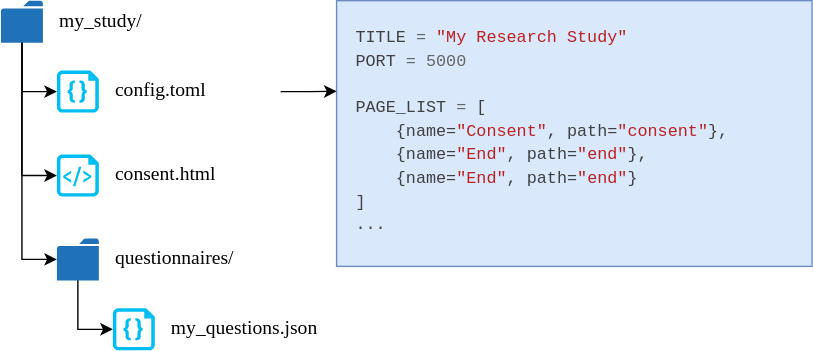
colbyj/bride-of-frankensystem keeps this draw.io diagram as docs/getting_started/images/simple_project_config.svg. Above is the earlier version. Source tidied: cells renumbered, new cells last; positions are measured from the earlier drawing's top-left corner, leaving out a move shared by most shapes.
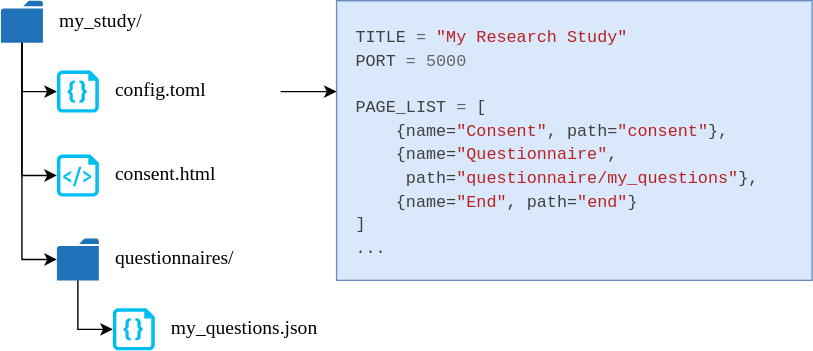
After the commit.

What changed in the source:
```diff
@@ -2,12 +2,12 @@
   <root>
     <mxCell id="0" />
     <mxCell id="1" parent="0" />
-    <mxCell id="2" value="&lt;pre style=&quot;box-sizing: border-box; line-height: 1.4; font-family: SFMono-Regular, Menlo, Monaco, Consolas, &amp;quot;Liberation Mono&amp;quot;, &amp;quot;Courier New&amp;quot;, Courier, monospace; font-size: 12px; white-space: pre; margin: 0px; padding: 12px; display: block; overflow: auto; color: rgb(64, 64, 64); font-style: normal; font-variant-ligatures: normal; font-variant-caps: normal; font-weight: 400; letter-spacing: normal; orphans: 2; text-align: start; text-indent: 0px; text-transform: none; widows: 2; word-spacing: 0px; -webkit-text-stroke-width: 0px; text-decoration-thickness: initial; text-decoration-style: initial; text-decoration-color: initial;&quot;&gt;&lt;span class=&quot;n&quot; style=&quot;box-sizing: border-box;&quot;&gt;TITLE&lt;/span&gt;&lt;span class=&quot;w&quot; style=&quot;box-sizing: border-box; color: rgb(187, 187, 187);&quot;&gt; &lt;/span&gt;&lt;span class=&quot;o&quot; style=&quot;box-sizing: border-box; color: rgb(102, 102, 102);&quot;&gt;=&lt;/span&gt;&lt;span class=&quot;w&quot; style=&quot;box-sizing: border-box; color: rgb(187, 187, 187);&quot;&gt; &lt;/span&gt;&lt;span class=&quot;s2&quot; style=&quot;box-sizing: border-box; color: rgb(186, 33, 33);&quot;&gt;&quot;My Research Study&quot;&lt;/span&gt;&lt;br&gt;&lt;span class=&quot;n&quot; style=&quot;box-sizing: border-box;&quot;&gt;PORT&lt;/span&gt;&lt;span class=&quot;w&quot; style=&quot;box-sizing: border-box; color: rgb(187, 187, 187);&quot;&gt; &lt;/span&gt;&lt;span class=&quot;o&quot; style=&quot;box-sizing: border-box; color: rgb(102, 102, 102);&quot;&gt;=&lt;/span&gt;&lt;span class=&quot;w&quot; style=&quot;box-sizing: border-box; color: rgb(187, 187, 187);&quot;&gt; &lt;/span&gt;&lt;span class=&quot;mi&quot; style=&quot;box-sizing: border-box; color: rgb(102, 102, 102);&quot;&gt;5000&lt;/span&gt;&lt;br&gt;&lt;br&gt;&lt;span class=&quot;n&quot; style=&quot;box-sizing: border-box;&quot;&gt;PAGE_LIST&lt;/span&gt;&lt;span class=&quot;w&quot; style=&quot;box-sizing: border-box; color: rgb(187, 187, 187);&quot;&gt; &lt;/span&gt;&lt;span class=&quot;o&quot; style=&quot;box-sizing: border-box; color: rgb(102, 102, 102);&quot;&gt;=&lt;/span&gt;&lt;span class=&quot;w&quot; style=&quot;box-sizing: border-box; color: rgb(187, 187, 187);&quot;&gt; &lt;/span&gt;&lt;span class=&quot;p&quot; style=&quot;box-sizing: border-box;&quot;&gt;[&lt;/span&gt;&lt;br&gt;&lt;span class=&quot;w&quot; style=&quot;box-sizing: border-box; color: rgb(187, 187, 187);&quot;&gt;    &lt;/span&gt;&lt;span class=&quot;p&quot; style=&quot;box-sizing: border-box;&quot;&gt;{&lt;/span&gt;&lt;span class=&quot;n&quot; style=&quot;box-sizing: border-box;&quot;&gt;name&lt;/span&gt;&lt;span class=&quot;p&quot; style=&quot;box-sizing: border-box;&quot;&gt;=&lt;/span&gt;&lt;span class=&quot;s2&quot; style=&quot;box-sizing: border-box; color: rgb(186, 33, 33);&quot;&gt;&quot;Consent&quot;&lt;/span&gt;&lt;span class=&quot;p&quot; style=&quot;box-sizing: border-box;&quot;&gt;,&lt;/span&gt;&lt;span class=&quot;w&quot; style=&quot;box-sizing: border-box; color: rgb(187, 187, 187);&quot;&gt; &lt;/span&gt;&lt;span class=&quot;n&quot; style=&quot;box-sizing: border-box;&quot;&gt;path&lt;/span&gt;&lt;span class=&quot;p&quot; style=&quot;box-sizing: border-box;&quot;&gt;=&lt;/span&gt;&lt;span class=&quot;s2&quot; style=&quot;box-sizing: border-box; color: rgb(186, 33, 33);&quot;&gt;&quot;consent&quot;&lt;/span&gt;&lt;span class=&quot;p&quot; style=&quot;box-sizing: border-box;&quot;&gt;},&lt;br/&gt;    &lt;span class=&quot;p&quot; style=&quot;background-color: transparent; box-sizing: border-box;&quot;&gt;{&lt;/span&gt;&lt;span class=&quot;n&quot; style=&quot;background-color: transparent; box-sizing: border-box;&quot;&gt;name&lt;/span&gt;&lt;span class=&quot;p&quot; style=&quot;background-color: transparent; box-sizing: border-box;&quot;&gt;=&lt;/span&gt;&lt;span class=&quot;s2&quot; style=&quot;background-color: transparent; box-sizing: border-box; color: rgb(186, 33, 33);&quot;&gt;&quot;End&quot;&lt;/span&gt;&lt;span class=&quot;p&quot; style=&quot;background-color: transparent; box-sizing: border-box;&quot;&gt;,&lt;/span&gt;&lt;span class=&quot;w&quot; style=&quot;background-color: transparent; box-sizing: border-box; color: rgb(187, 187, 187);&quot;&gt; &lt;/span&gt;&lt;span class=&quot;n&quot; style=&quot;background-color: transparent; box-sizing: border-box;&quot;&gt;path&lt;/span&gt;&lt;span class=&quot;p&quot; style=&quot;background-color: transparent; box-sizing: border-box;&quot;&gt;=&lt;/span&gt;&lt;span class=&quot;s2&quot; style=&quot;background-color: transparent; box-sizing: border-box; color: rgb(186, 33, 33);&quot;&gt;&quot;end&quot;&lt;/span&gt;&lt;span class=&quot;p&quot; style=&quot;background-color: transparent; box-sizing: border-box;&quot;&gt;},&lt;/span&gt;&lt;/span&gt; &lt;br/&gt;&lt;span class=&quot;p&quot; style=&quot;background-color: transparent; box-sizing: border-box;&quot;&gt;    {&lt;/span&gt;&lt;span class=&quot;n&quot; style=&quot;background-color: transparent; box-sizing: border-box;&quot;&gt;name&lt;/span&gt;&lt;span class=&quot;p&quot; style=&quot;background-color: transparent; box-sizing: border-box;&quot;&gt;=&lt;/span&gt;&lt;span class=&quot;s2&quot; style=&quot;background-color: transparent; box-sizing: border-box; color: rgb(186, 33, 33);&quot;&gt;&quot;End&quot;&lt;/span&gt;&lt;span class=&quot;p&quot; style=&quot;background-color: transparent; box-sizing: border-box;&quot;&gt;,&lt;/span&gt;&lt;span class=&quot;w&quot; style=&quot;background-color: transparent; box-sizing: border-box; color: rgb(187, 187, 187);&quot;&gt; &lt;/span&gt;&lt;span class=&quot;n&quot; style=&quot;background-color: transparent; box-sizing: border-box;&quot;&gt;path&lt;/span&gt;&lt;span class=&quot;p&quot; style=&quot;background-color: transparent; box-sizing: border-box;&quot;&gt;=&lt;/span&gt;&lt;span class=&quot;s2&quot; style=&quot;background-color: transparent; box-sizing: border-box; color: rgb(186, 33, 33);&quot;&gt;&quot;end&quot;&lt;/span&gt;&lt;span class=&quot;p&quot; style=&quot;background-color: transparent; box-sizing: border-box;&quot;&gt;}&lt;br/&gt;&lt;/span&gt;]&lt;br/&gt;...&lt;/pre&gt;" style="text;whiteSpace=wrap;html=1;fillColor=#dae8fc;strokeColor=#6c8ebf;" parent="1" vertex="1">
-      <mxGeometry x="240" width="340" height="190" as="geometry" />
+    <mxCell id="2" value="&lt;pre style=&quot;box-sizing: border-box; line-height: 1.4; font-family: SFMono-Regular, Menlo, Monaco, Consolas, &amp;quot;Liberation Mono&amp;quot;, &amp;quot;Courier New&amp;quot;, Courier, monospace; font-size: 12px; white-space: pre; margin: 0px; padding: 12px; display: block; overflow: auto; color: rgb(64, 64, 64); font-style: normal; font-variant-ligatures: normal; font-variant-caps: normal; font-weight: 400; letter-spacing: normal; orphans: 2; text-align: start; text-indent: 0px; text-transform: none; widows: 2; word-spacing: 0px; -webkit-text-stroke-width: 0px; text-decoration-thickness: initial; text-decoration-style: initial; text-decoration-color: initial;&quot;&gt;&lt;span class=&quot;n&quot; style=&quot;box-sizing: border-box;&quot;&gt;TITLE&lt;/span&gt;&lt;span class=&quot;w&quot; style=&quot;box-sizing: border-box; color: rgb(187, 187, 187);&quot;&gt; &lt;/span&gt;&lt;span class=&quot;o&quot; style=&quot;box-sizing: border-box; color: rgb(102, 102, 102);&quot;&gt;=&lt;/span&gt;&lt;span class=&quot;w&quot; style=&quot;box-sizing: border-box; color: rgb(187, 187, 187);&quot;&gt; &lt;/span&gt;&lt;span class=&quot;s2&quot; style=&quot;box-sizing: border-box; color: rgb(186, 33, 33);&quot;&gt;&quot;My Research Study&quot;&lt;/span&gt;&lt;br&gt;&lt;span class=&quot;n&quot; style=&quot;box-sizing: border-box;&quot;&gt;PORT&lt;/span&gt;&lt;span class=&quot;w&quot; style=&quot;box-sizing: border-box; color: rgb(187, 187, 187);&quot;&gt; &lt;/span&gt;&lt;span class=&quot;o&quot; style=&quot;box-sizing: border-box; color: rgb(102, 102, 102);&quot;&gt;=&lt;/span&gt;&lt;span class=&quot;w&quot; style=&quot;box-sizing: border-box; color: rgb(187, 187, 187);&quot;&gt; &lt;/span&gt;&lt;span class=&quot;mi&quot; style=&quot;box-sizing: border-box; color: rgb(102, 102, 102);&quot;&gt;5000&lt;/span&gt;&lt;br&gt;&lt;br&gt;&lt;span class=&quot;n&quot; style=&quot;box-sizing: border-box;&quot;&gt;PAGE_LIST&lt;/span&gt;&lt;span class=&quot;w&quot; style=&quot;box-sizing: border-box; color: rgb(187, 187, 187);&quot;&gt; &lt;/span&gt;&lt;span class=&quot;o&quot; style=&quot;box-sizing: border-box; color: rgb(102, 102, 102);&quot;&gt;=&lt;/span&gt;&lt;span class=&quot;w&quot; style=&quot;box-sizing: border-box; color: rgb(187, 187, 187);&quot;&gt; &lt;/span&gt;&lt;span class=&quot;p&quot; style=&quot;box-sizing: border-box;&quot;&gt;[&lt;/span&gt;&lt;br&gt;&lt;span class=&quot;w&quot; style=&quot;box-sizing: border-box; color: rgb(187, 187, 187);&quot;&gt;    &lt;/span&gt;&lt;span class=&quot;p&quot; style=&quot;box-sizing: border-box;&quot;&gt;{&lt;/span&gt;&lt;span class=&quot;n&quot; style=&quot;box-sizing: border-box;&quot;&gt;name&lt;/span&gt;&lt;span class=&quot;p&quot; style=&quot;box-sizing: border-box;&quot;&gt;=&lt;/span&gt;&lt;span class=&quot;s2&quot; style=&quot;box-sizing: border-box; color: rgb(186, 33, 33);&quot;&gt;&quot;Consent&quot;&lt;/span&gt;&lt;span class=&quot;p&quot; style=&quot;box-sizing: border-box;&quot;&gt;,&lt;/span&gt;&lt;span class=&quot;w&quot; style=&quot;box-sizing: border-box; color: rgb(187, 187, 187);&quot;&gt; &lt;/span&gt;&lt;span class=&quot;n&quot; style=&quot;box-sizing: border-box;&quot;&gt;path&lt;/span&gt;&lt;span class=&quot;p&quot; style=&quot;box-sizing: border-box;&quot;&gt;=&lt;/span&gt;&lt;span class=&quot;s2&quot; style=&quot;box-sizing: border-box; color: rgb(186, 33, 33);&quot;&gt;&quot;consent&quot;&lt;/span&gt;&lt;span class=&quot;p&quot; style=&quot;box-sizing: border-box;&quot;&gt;},&lt;br&gt;    &lt;span class=&quot;p&quot; style=&quot;background-color: transparent; box-sizing: border-box;&quot;&gt;{&lt;/span&gt;&lt;span class=&quot;n&quot; style=&quot;background-color: transparent; box-sizing: border-box;&quot;&gt;name&lt;/span&gt;&lt;span class=&quot;p&quot; style=&quot;background-color: transparent; box-sizing: border-box;&quot;&gt;=&lt;/span&gt;&lt;span class=&quot;s2&quot; style=&quot;background-color: transparent; box-sizing: border-box; color: rgb(186, 33, 33);&quot;&gt;&quot;Questionnaire&quot;&lt;/span&gt;&lt;span class=&quot;p&quot; style=&quot;background-color: transparent; box-sizing: border-box;&quot;&gt;,&lt;/span&gt;&lt;span class=&quot;w&quot; style=&quot;background-color: transparent; box-sizing: border-box; color: rgb(187, 187, 187);&quot;&gt; &lt;br/&gt;&lt;/span&gt;&lt;span class=&quot;n&quot; style=&quot;background-color: transparent; box-sizing: border-box;&quot;&gt;     path&lt;/span&gt;&lt;span class=&quot;p&quot; style=&quot;background-color: transparent; box-sizing: border-box;&quot;&gt;=&lt;/span&gt;&lt;span class=&quot;s2&quot; style=&quot;background-color: transparent; box-sizing: border-box; color: rgb(186, 33, 33);&quot;&gt;&quot;questionnaire/my_questions&quot;&lt;/span&gt;&lt;span class=&quot;p&quot; style=&quot;background-color: transparent; box-sizing: border-box;&quot;&gt;},&lt;/span&gt;&lt;/span&gt; &lt;br&gt;&lt;span class=&quot;p&quot; style=&quot;background-color: transparent; box-sizing: border-box;&quot;&gt;    {&lt;/span&gt;&lt;span class=&quot;n&quot; style=&quot;background-color: transparent; box-sizing: border-box;&quot;&gt;name&lt;/span&gt;&lt;span class=&quot;p&quot; style=&quot;background-color: transparent; box-sizing: border-box;&quot;&gt;=&lt;/span&gt;&lt;span class=&quot;s2&quot; style=&quot;background-color: transparent; box-sizing: border-box; color: rgb(186, 33, 33);&quot;&gt;&quot;End&quot;&lt;/span&gt;&lt;span class=&quot;p&quot; style=&quot;background-color: transparent; box-sizing: border-box;&quot;&gt;,&lt;/span&gt;&lt;span class=&quot;w&quot; style=&quot;background-color: transparent; box-sizing: border-box; color: rgb(187, 187, 187);&quot;&gt; &lt;/span&gt;&lt;span class=&quot;n&quot; style=&quot;background-color: transparent; box-sizing: border-box;&quot;&gt;path&lt;/span&gt;&lt;span class=&quot;p&quot; style=&quot;background-color: transparent; box-sizing: border-box;&quot;&gt;=&lt;/span&gt;&lt;span class=&quot;s2&quot; style=&quot;background-color: transparent; box-sizing: border-box; color: rgb(186, 33, 33);&quot;&gt;&quot;end&quot;&lt;/span&gt;&lt;span class=&quot;p&quot; style=&quot;background-color: transparent; box-sizing: border-box;&quot;&gt;}&lt;br&gt;&lt;/span&gt;]&lt;br&gt;...&lt;/pre&gt;" style="text;whiteSpace=wrap;html=1;fillColor=#dae8fc;strokeColor=#6c8ebf;" parent="1" vertex="1">
+      <mxGeometry x="240" width="340" height="200" as="geometry" />
     </mxCell>
-    <mxCell id="3" style="edgeStyle=orthogonalEdgeStyle;rounded=0;jettySize=auto;html=1;entryX=0;entryY=0.341;entryDx=0;entryDy=0;entryPerimeter=0;" parent="1" edge="1" target="2">
+    <mxCell id="3" style="edgeStyle=orthogonalEdgeStyle;rounded=0;jettySize=auto;html=1;" parent="1" edge="1" source="7">
       <mxGeometry relative="1" as="geometry">
-        <mxPoint x="200" y="65" as="sourcePoint" />
+        <mxPoint x="240" y="65" as="targetPoint" />
       </mxGeometry>
     </mxCell>
     <mxCell id="4" style="verticalLabelPosition=bottom;html=1;verticalAlign=top;align=center;strokeColor=none;fillColor=#00BEF2;shape=mxgraph.azure.code_file;" parent="1" vertex="1">
```
